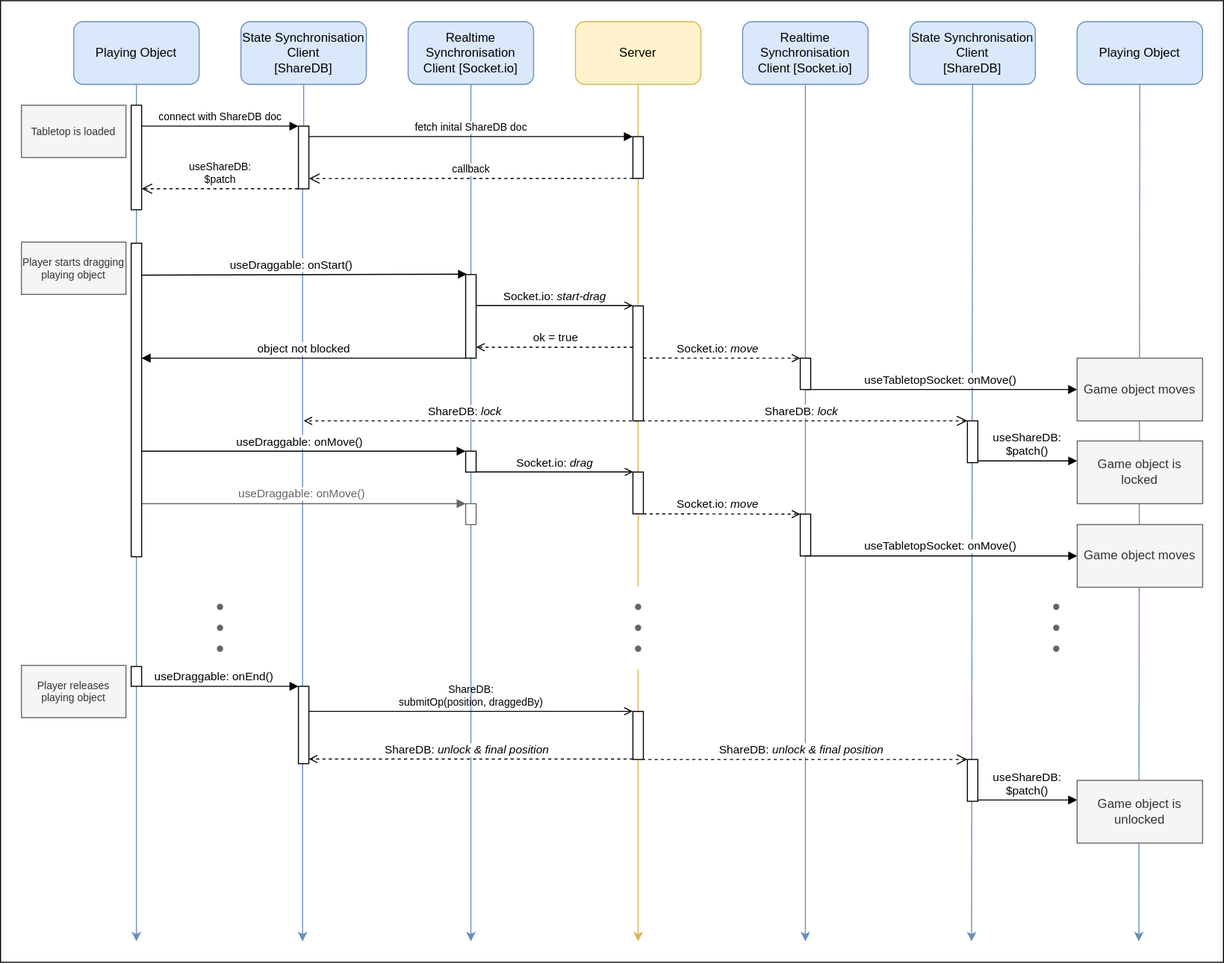
The draw.io diagram docs/assets/design/Sync_Sequence.drawio.svg in DrJume/tabletop-online, before a commit. Source tidied: cells renumbered, new cells last; positions are measured from the earlier drawing's top-left corner, leaving out a move shared by most shapes.
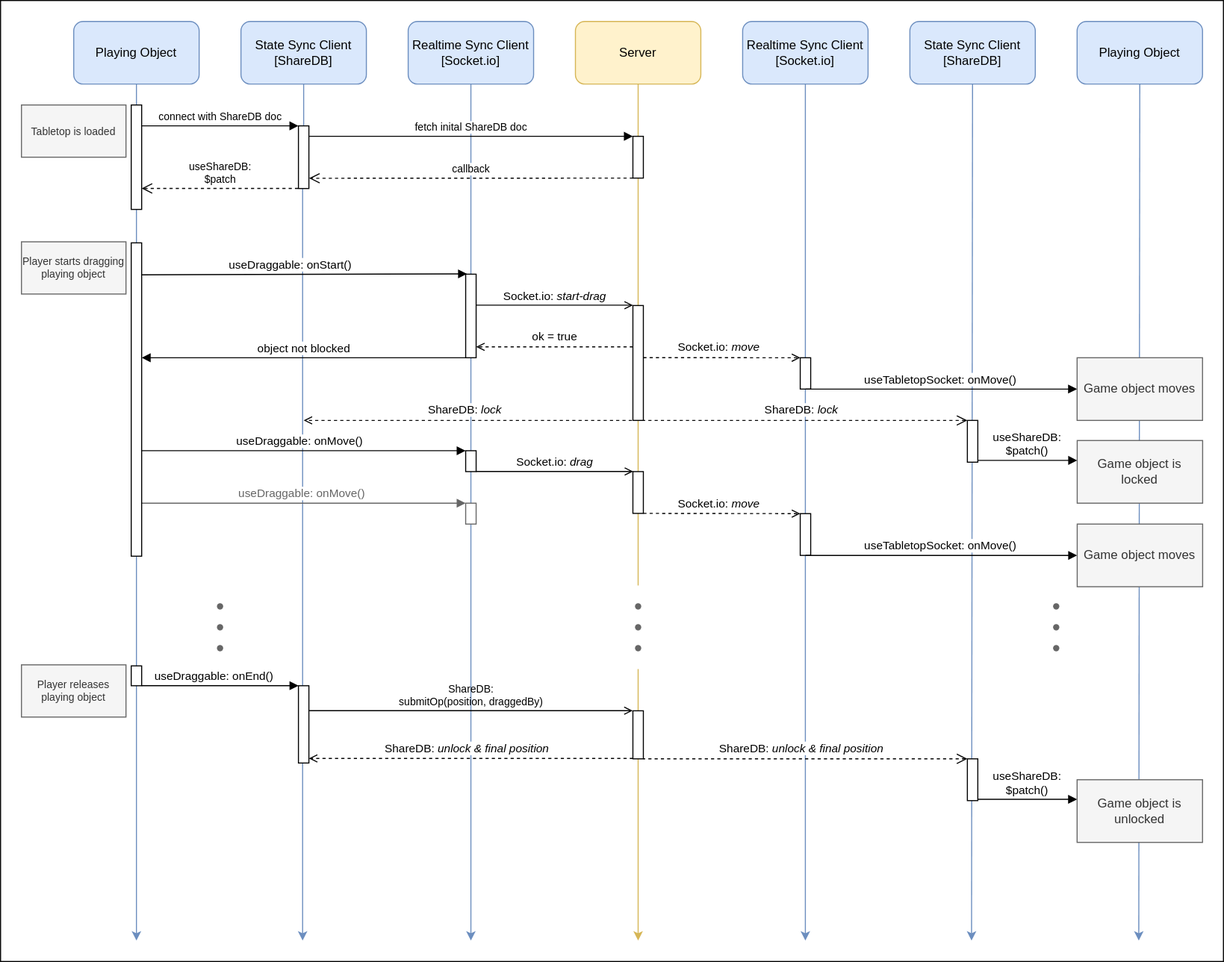
The same file after the commit.

Commit message:
docs: replace 'synchronisation' with 'sync' where applicable

The edit, as a diff of the source:
```diff
@@ -43,10 +43,10 @@
     <mxCell id="10" value="Playing Object" style="rounded=1;whiteSpace=wrap;html=1;fillColor=#dae8fc;strokeColor=#6c8ebf;fontColor=default;" parent="1" vertex="1">
       <mxGeometry x="70" y="20" width="120" height="60" as="geometry" />
     </mxCell>
-    <mxCell id="11" value="State Synchronisation Client&lt;br&gt;[ShareDB]" style="rounded=1;whiteSpace=wrap;html=1;fillColor=#dae8fc;strokeColor=#6c8ebf;fontColor=default;" parent="1" vertex="1">
+    <mxCell id="11" value="State Sync Client&lt;br&gt;[ShareDB]" style="rounded=1;whiteSpace=wrap;html=1;fillColor=#dae8fc;strokeColor=#6c8ebf;fontColor=default;" parent="1" vertex="1">
       <mxGeometry x="230" y="20" width="120" height="60" as="geometry" />
     </mxCell>
-    <mxCell id="12" value="Realtime Synchronisation Client [Socket.io]" style="rounded=1;whiteSpace=wrap;html=1;fillColor=#dae8fc;strokeColor=#6c8ebf;fontColor=default;" parent="1" vertex="1">
+    <mxCell id="12" value="Realtime Sync Client [Socket.io]" style="rounded=1;whiteSpace=wrap;html=1;fillColor=#dae8fc;strokeColor=#6c8ebf;fontColor=default;" parent="1" vertex="1">
       <mxGeometry x="390" y="20" width="120" height="60" as="geometry" />
     </mxCell>
     <mxCell id="13" value="Server" style="rounded=1;whiteSpace=wrap;html=1;fillColor=#fff2cc;strokeColor=#d6b656;" parent="1" vertex="1">
@@ -92,10 +92,10 @@
         <mxPoint x="31" y="-12" as="offset" />
       </mxGeometry>
     </mxCell>
-    <mxCell id="24" value="Realtime Synchronisation Client [Socket.io]" style="rounded=1;whiteSpace=wrap;html=1;fillColor=#dae8fc;strokeColor=#6c8ebf;fontColor=default;" parent="1" vertex="1">
+    <mxCell id="24" value="Realtime Sync Client [Socket.io]" style="rounded=1;whiteSpace=wrap;html=1;fillColor=#dae8fc;strokeColor=#6c8ebf;fontColor=default;" parent="1" vertex="1">
       <mxGeometry x="710" y="20" width="120" height="60" as="geometry" />
     </mxCell>
-    <mxCell id="25" value="State Synchronisation Client&lt;br&gt;[ShareDB]" style="rounded=1;whiteSpace=wrap;html=1;fillColor=#dae8fc;strokeColor=#6c8ebf;fontColor=default;" parent="1" vertex="1">
+    <mxCell id="25" value="State Sync Client&lt;br&gt;[ShareDB]" style="rounded=1;whiteSpace=wrap;html=1;fillColor=#dae8fc;strokeColor=#6c8ebf;fontColor=default;" parent="1" vertex="1">
       <mxGeometry x="870" y="20" width="120" height="60" as="geometry" />
     </mxCell>
     <mxCell id="26" value="Playing Object" style="rounded=1;whiteSpace=wrap;html=1;fillColor=#dae8fc;strokeColor=#6c8ebf;fontColor=default;" parent="1" vertex="1">
```
